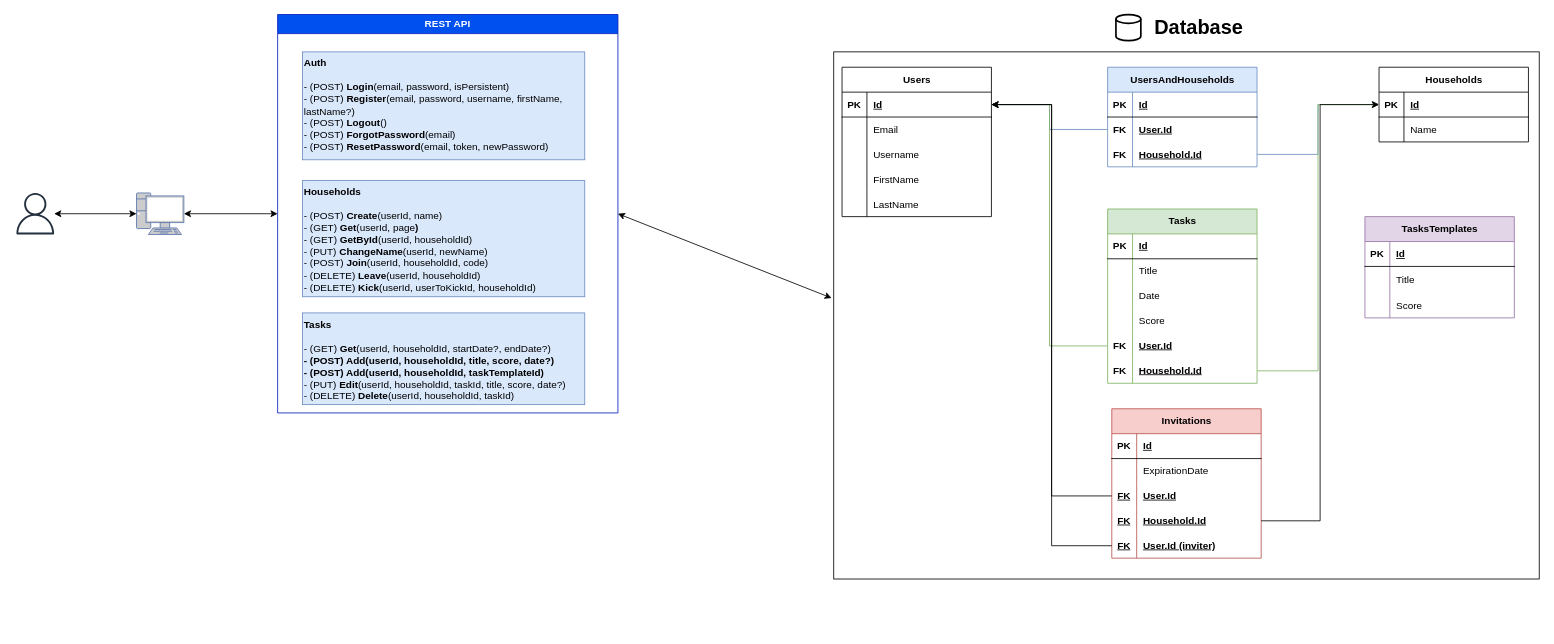
Before: Fifty-Fifty.drawio in BBualdo/Fifty-Fifty, a draw.io diagram. Source tidied: cells renumbered, new cells numbered last; positions are measured from the earlier drawing's top-left corner, leaving out a move shared by most shapes. Both pictures are drawn from the tidied source at 83%, with x=0, y=0 at pixel (14, 14).
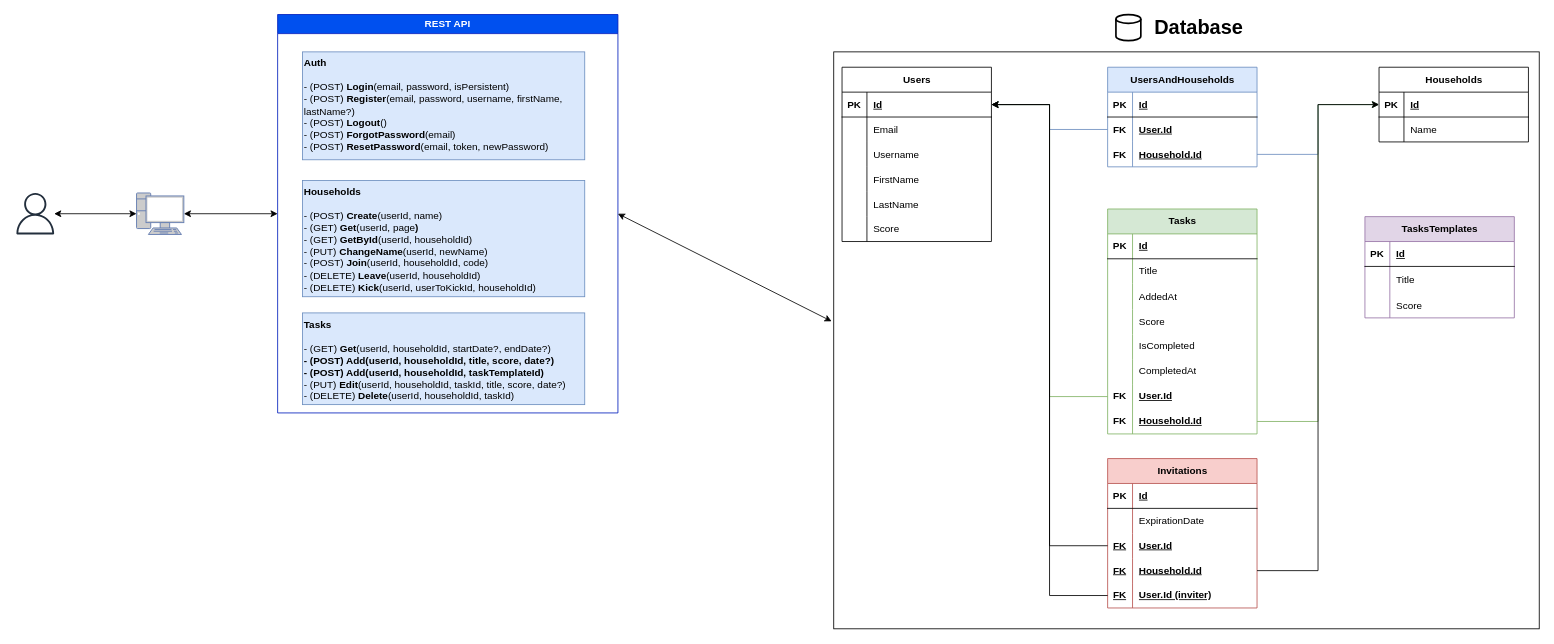
After the change.

Commit message:
Diagram updated to match model refactorisation

What changed in the source:
```diff
@@
     <mxCell id="10" style="group;" parent="1" vertex="1">
-      <mxGeometry x="987" y="10.1" width="850" height="670" as="geometry" />
+      <mxGeometry x="987" y="10.1" width="850" height="730" as="geometry" />
     </mxCell>
     <mxCell id="11" style="rounded=0;whiteSpace=wrap;html=1;" parent="10" vertex="1">
-      <mxGeometry y="34.9" width="850" height="635.1" as="geometry" />
+      <mxGeometry y="34.9" width="850" height="695.1" as="geometry" />
     </mxCell>
     <mxCell id="12" value="Users" style="shape=table;startSize=30;childLayout=tableLayout;rowLines=0;fontStyle=1;align=center;html=1;" parent="10" vertex="1">
-      <mxGeometry x="10" y="53.4" width="180" height="180" as="geometry" />
+      <mxGeometry x="10" y="53.4" width="180" height="210" as="geometry" />
     </mxCell>
@@
+    <mxCell id="100" style="shape=tableRow;horizontal=0;startSize=0;swimlaneHead=0;swimlaneBody=0;fillColor=none;top=0;left=0;right=0;bottom=0;" parent="12" vertex="1">
+      <mxGeometry y="180" width="180" height="30" as="geometry" />
+    </mxCell>
+    <mxCell id="101" style="shape=partialRectangle;fillColor=none;top=0;left=0;bottom=0;right=0;overflow=hidden;whiteSpace=wrap;html=1;" parent="100" vertex="1">
+      <mxGeometry width="30" height="30" as="geometry" />
+    </mxCell>
+    <mxCell id="102" value="Score" style="shape=partialRectangle;fillColor=none;top=0;left=0;bottom=0;right=0;align=left;spacingLeft=6;overflow=hidden;whiteSpace=wrap;html=1;" parent="100" vertex="1">
+      <mxGeometry x="30" width="150" height="30" as="geometry" />
+    </mxCell>
@@
     <mxCell id="35" value="Tasks" style="shape=table;startSize=30;childLayout=tableLayout;rowLines=0;fontStyle=1;align=center;html=1;fillColor=#d5e8d4;strokeColor=#82b366;" parent="10" vertex="1">
-      <mxGeometry x="330" y="224.2" width="180" height="210" as="geometry" />
+      <mxGeometry x="330" y="224.2" width="180" height="271" as="geometry" />
     </mxCell>
@@
     <mxCell id="42" style="shape=tableRow;horizontal=0;startSize=0;swimlaneHead=0;swimlaneBody=0;fillColor=none;top=0;left=0;right=0;bottom=0;" parent="35" vertex="1">
-      <mxGeometry y="90" width="180" height="30" as="geometry" />
+      <mxGeometry y="90" width="180" height="31" as="geometry" />
     </mxCell>
     <mxCell id="43" style="shape=partialRectangle;fillColor=none;top=0;left=0;bottom=0;right=0;overflow=hidden;whiteSpace=wrap;html=1;" parent="42" vertex="1">
-      <mxGeometry width="30" height="30" as="geometry" />
+      <mxGeometry width="30" height="31" as="geometry" />
     </mxCell>
-    <mxCell id="44" value="Date" style="shape=partialRectangle;fillColor=none;top=0;left=0;bottom=0;right=0;align=left;spacingLeft=6;overflow=hidden;whiteSpace=wrap;html=1;" parent="42" vertex="1">
-      <mxGeometry x="30" width="150" height="30" as="geometry" />
+    <mxCell id="44" value="AddedAt" style="shape=partialRectangle;fillColor=none;top=0;left=0;bottom=0;right=0;align=left;spacingLeft=6;overflow=hidden;whiteSpace=wrap;html=1;" parent="42" vertex="1">
+      <mxGeometry x="30" width="150" height="31" as="geometry" />
     </mxCell>
     <mxCell id="45" style="shape=tableRow;horizontal=0;startSize=0;swimlaneHead=0;swimlaneBody=0;fillColor=none;top=0;left=0;right=0;bottom=0;" parent="35" vertex="1">
-      <mxGeometry y="120" width="180" height="30" as="geometry" />
+      <mxGeometry y="121" width="180" height="30" as="geometry" />
     </mxCell>
@@
+    <mxCell id="103" style="shape=tableRow;horizontal=0;startSize=0;swimlaneHead=0;swimlaneBody=0;fillColor=none;top=0;left=0;right=0;bottom=0;" parent="35" vertex="1">
+      <mxGeometry y="151" width="180" height="30" as="geometry" />
+    </mxCell>
+    <mxCell id="104" style="shape=partialRectangle;fillColor=none;top=0;left=0;bottom=0;right=0;overflow=hidden;whiteSpace=wrap;html=1;" parent="103" vertex="1">
+      <mxGeometry width="30" height="30" as="geometry" />
+    </mxCell>
+    <mxCell id="105" value="IsCompleted" style="shape=partialRectangle;fillColor=none;top=0;left=0;bottom=0;right=0;align=left;spacingLeft=6;overflow=hidden;whiteSpace=wrap;html=1;" parent="103" vertex="1">
+      <mxGeometry x="30" width="150" height="30" as="geometry" />
+    </mxCell>
+    <mxCell id="106" style="shape=tableRow;horizontal=0;startSize=0;swimlaneHead=0;swimlaneBody=0;fillColor=none;top=0;left=0;right=0;bottom=0;" parent="35" vertex="1">
+      <mxGeometry y="181" width="180" height="30" as="geometry" />
+    </mxCell>
+    <mxCell id="107" style="shape=partialRectangle;fillColor=none;top=0;left=0;bottom=0;right=0;overflow=hidden;whiteSpace=wrap;html=1;" parent="106" vertex="1">
+      <mxGeometry width="30" height="30" as="geometry" />
+    </mxCell>
+    <mxCell id="108" value="CompletedAt" style="shape=partialRectangle;fillColor=none;top=0;left=0;bottom=0;right=0;align=left;spacingLeft=6;overflow=hidden;whiteSpace=wrap;html=1;" parent="106" vertex="1">
+      <mxGeometry x="30" width="150" height="30" as="geometry" />
+    </mxCell>
     <mxCell id="48" style="shape=tableRow;horizontal=0;startSize=0;swimlaneHead=0;swimlaneBody=0;fillColor=none;points=[[0,0.5],[1,0.5]];portConstraint=eastwest;top=0;left=0;right=0;bottom=0;" parent="35" vertex="1">
-      <mxGeometry y="150" width="180" height="30" as="geometry" />
+      <mxGeometry y="211" width="180" height="30" as="geometry" />
     </mxCell>
@@
     <mxCell id="51" style="shape=tableRow;horizontal=0;startSize=0;swimlaneHead=0;swimlaneBody=0;fillColor=none;points=[[0,0.5],[1,0.5]];portConstraint=eastwest;top=0;left=0;right=0;bottom=0;" parent="35" vertex="1">
-      <mxGeometry y="180" width="180" height="30" as="geometry" />
+      <mxGeometry y="241" width="180" height="30" as="geometry" />
     </mxCell>
@@
     <mxCell id="80" value="Invitations" style="shape=table;startSize=30;childLayout=tableLayout;rowLines=0;fontStyle=1;align=center;html=1;fillColor=#f8cecc;strokeColor=#b85450;" parent="10" vertex="1">
-      <mxGeometry x="335" y="464.9" width="180" height="180" as="geometry" />
+      <mxGeometry x="330" y="524.9" width="180" height="180" as="geometry" />
     </mxCell>
```
